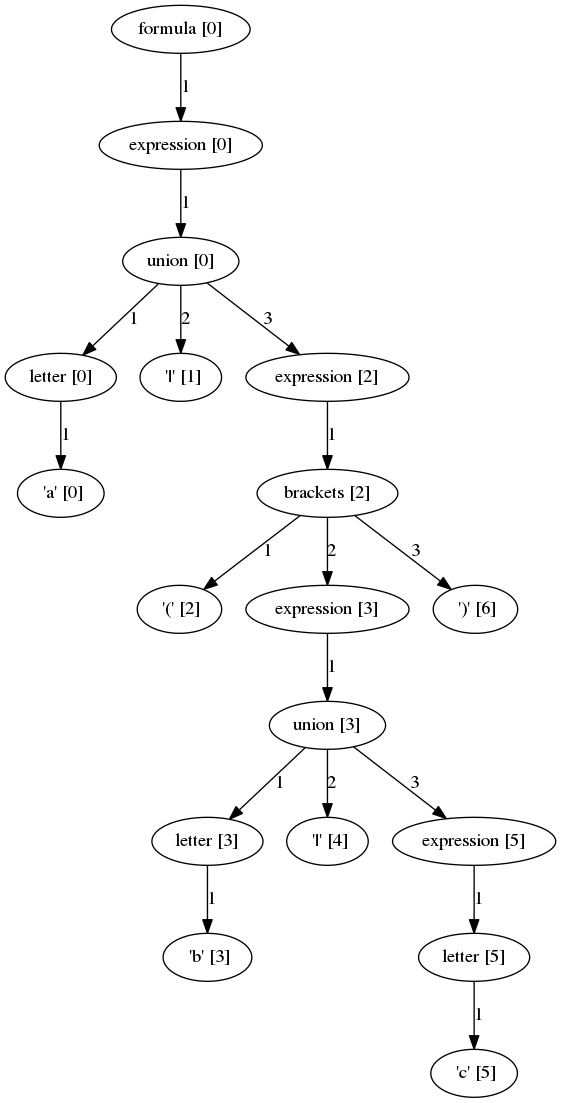
yipsimon/DocumentSpanners_MSc keeps this Graphviz diagram as formula_parse_tree.dot.png. Above is the earlier version. Its source is kept beside it as formula_parse_tree.dot.
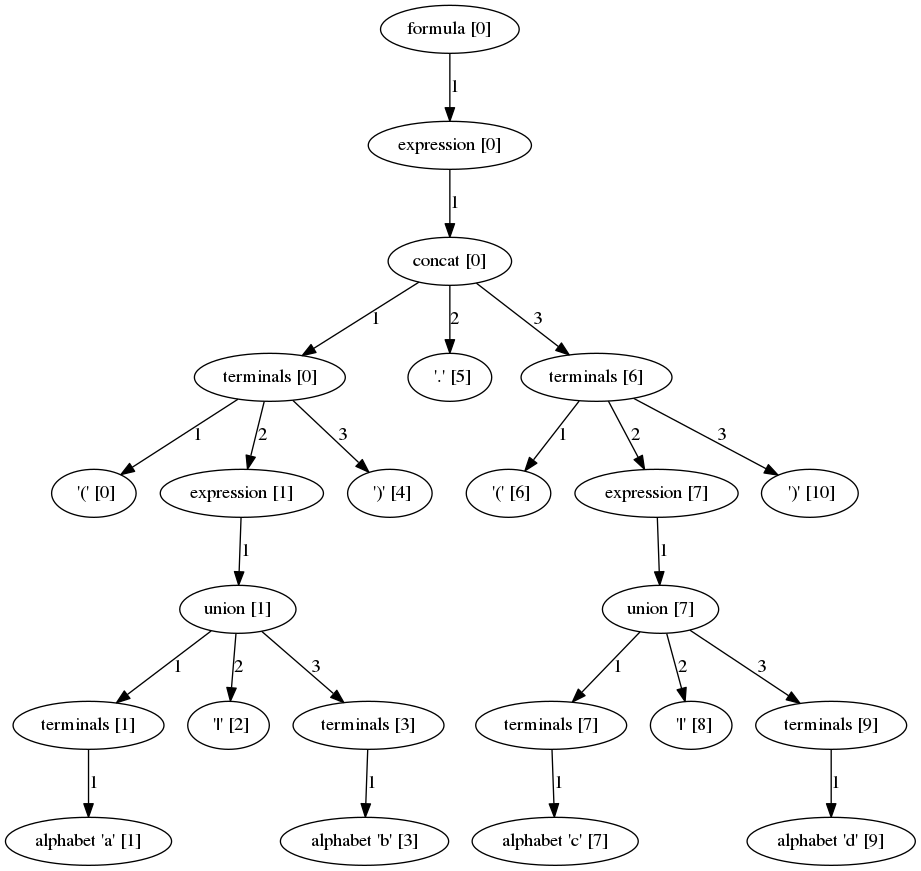
Later version of the same file.

What changed in the source:
```diff
@@ -1,54 +1,72 @@
 digraph arpeggio_graph {
-140510282209616 [label="formula [0]"];
-140510282209616->140510282208176 [label="1"]
+140064326989008 [label="formula [0]"];
+140064326989008->140064326988864 [label="1"]
 
-140510282208176 [label="expression [0]"];
-140510282208176->140510282209472 [label="1"]
+140064326988864 [label="expression [0]"];
+140064326988864->140064326988720 [label="1"]
 
-140510282209472 [label="union [0]"];
-140510282209472->140510282208320 [label="1"]
+140064326988720 [label="concat [0]"];
+140064326988720->140064326987856 [label="1"]
 
-140510282208320 [label="letter [0]"];
-140510282208320->140510281912024 [label="1"]
+140064326987856 [label="terminals [0]"];
+140064326987856->140064326893152 [label="1"]
 
-140510281912024 [label=" 'a' [0]"];
-140510282209472->140510281912144 [label="2"]
+140064326893152 [label=" '(' [0]"];
+140064326987856->140064346889680 [label="2"]
 
-140510281912144 [label=" '|' [1]"];
-140510282209472->140510282209328 [label="3"]
+140064346889680 [label="expression [1]"];
+140064346889680->140064346890112 [label="1"]
 
-140510282209328 [label="expression [2]"];
-140510282209328->140510282209184 [label="1"]
+140064346890112 [label="union [1]"];
+140064346890112->140064346889824 [label="1"]
 
-140510282209184 [label="brackets [2]"];
-140510282209184->140510277255248 [label="1"]
+140064346889824 [label="terminals [1]"];
+140064346889824->140064326974472 [label="1"]
 
-140510277255248 [label=" '(' [2]"];
-140510282209184->140510282208464 [label="2"]
+140064326974472 [label="alphabet 'a' [1]"];
+140064346890112->140064326974592 [label="2"]
 
-140510282208464 [label="expression [3]"];
-140510282208464->140510282209040 [label="1"]
+140064326974592 [label=" '|' [2]"];
+140064346890112->140064346889968 [label="3"]
 
-140510282209040 [label="union [3]"];
-140510282209040->140510282208608 [label="1"]
+140064346889968 [label="terminals [3]"];
+140064346889968->140064326974712 [label="1"]
 
-140510282208608 [label="letter [3]"];
-140510282208608->140510277255488 [label="1"]
+140064326974712 [label="alphabet 'b' [3]"];
+140064326987856->140064326974352 [label="3"]
 
-140510277255488 [label=" 'b' [3]"];
-140510282209040->140510277255608 [label="2"]
+140064326974352 [label=" ')' [4]"];
+140064326988720->140064326974832 [label="2"]
 
-140510277255608 [label=" '|' [4]"];
-140510282209040->140510282208896 [label="3"]
+140064326974832 [label=" '.' [5]"];
+140064326988720->140064326988576 [label="3"]
 
-140510282208896 [label="expression [5]"];
-140510282208896->140510282208752 [label="1"]
+140064326988576 [label="terminals [6]"];
+140064326988576->140064326974952 [label="1"]
 
-140510282208752 [label="letter [5]"];
-140510282208752->140510277255728 [label="1"]
+140064326974952 [label=" '(' [6]"];
+140064326988576->140064326988000 [label="2"]
 
-140510277255728 [label=" 'c' [5]"];
-140510282209184->140510277255368 [label="3"]
+140064326988000 [label="expression [7]"];
+140064326988000->140064326988432 [label="1"]
 
-140510277255368 [label=" ')' [6]"];
+140064326988432 [label="union [7]"];
+140064326988432->140064326988144 [label="1"]
+
+140064326988144 [label="terminals [7]"];
+140064326988144->140064326975192 [label="1"]
+
+140064326975192 [label="alphabet 'c' [7]"];
+140064326988432->140064326975312 [label="2"]
+
+140064326975312 [label=" '|' [8]"];
+140064326988432->140064326988288 [label="3"]
+
+140064326988288 [label="terminals [9]"];
+140064326988288->140064326996048 [label="1"]
+
+140064326996048 [label="alphabet 'd' [9]"];
+140064326988576->140064326975072 [label="3"]
+
+140064326975072 [label=" ')' [10]"];
 }
```
